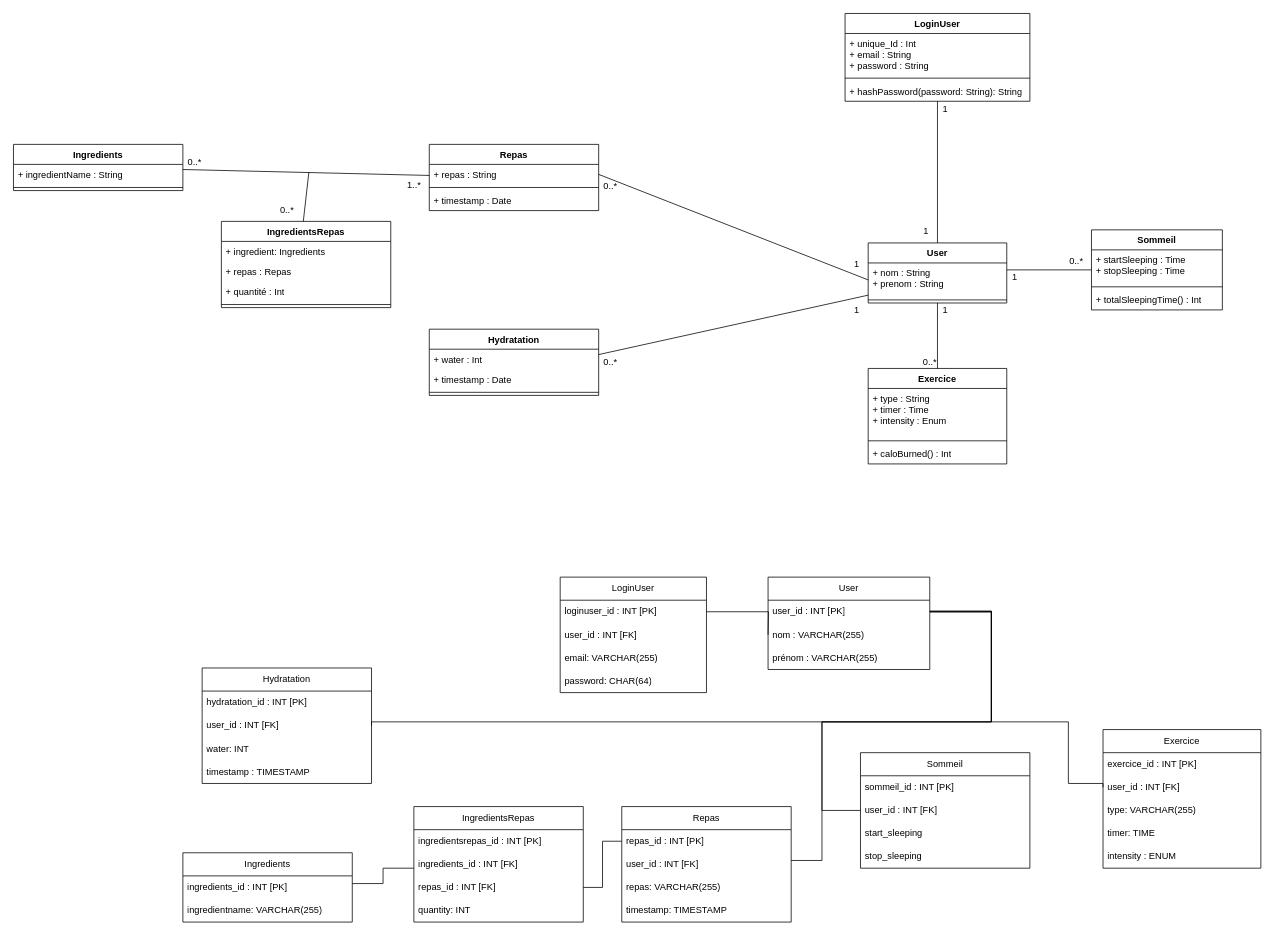
CodeStarter40/P5 keeps this draw.io diagram as P5_Exercice.drawio. Above is the earlier version. Source tidied: cells renumbered, new cells numbered last; positions are measured from the earlier drawing's top-left corner, leaving out a move shared by most shapes. Both pictures are drawn from the tidied source at 77%, with x=0, y=0 at pixel (13, 13).
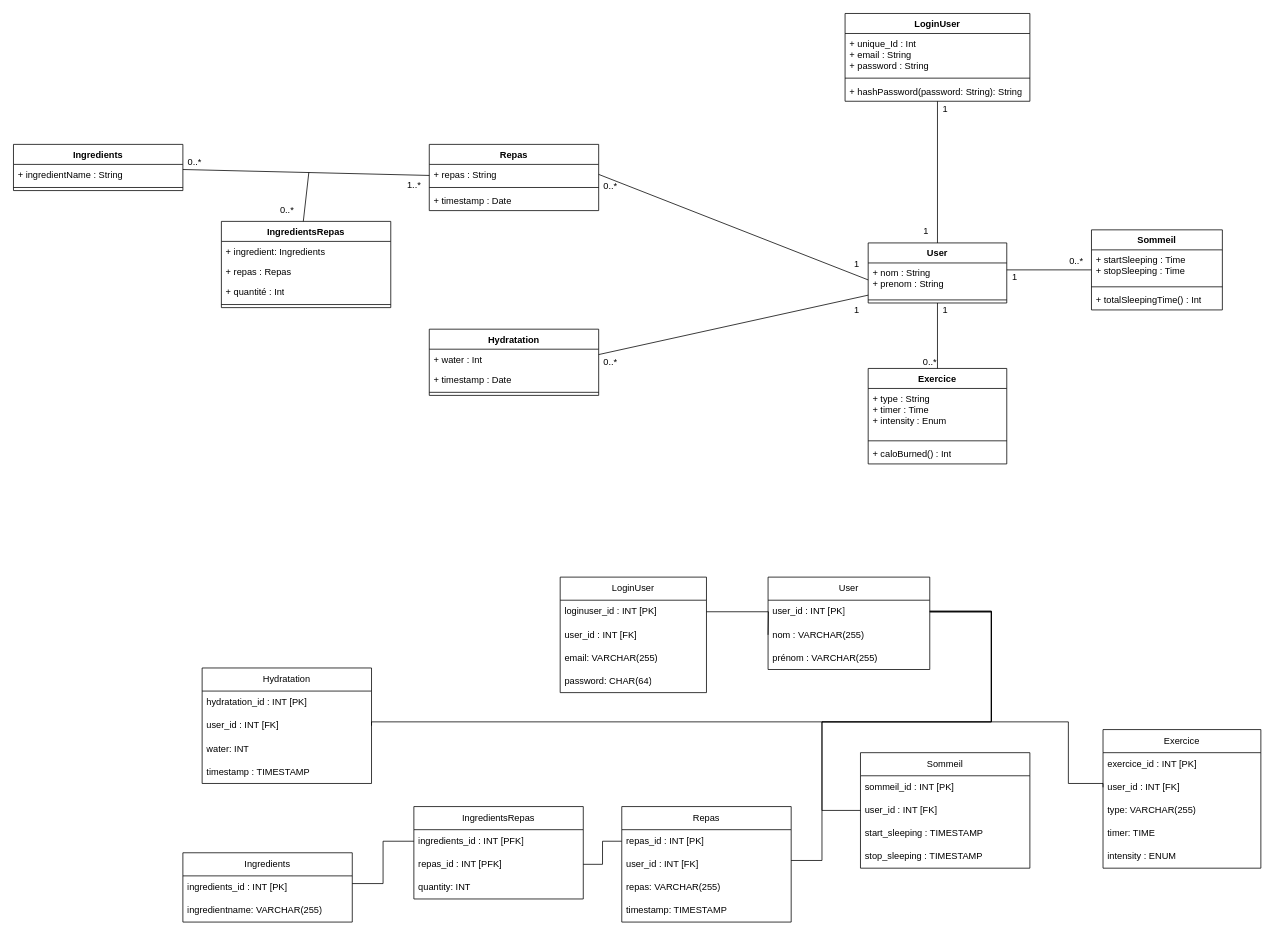
Above is the later version.

Commit message:
Mettre à jour P5_Exercice.drawio

Unchanged cells that the change refers to:
```xml
<mxCell id="46" value="ingredients_id : INT [PK]" style="text;strokeColor=none;fillColor=none;align=left;verticalAlign=middle;spacingLeft=4;spacingRight=4;overflow=hidden;points=[[0,0.5],[1,0.5]];portConstraint=eastwest;whiteSpace=wrap;html=1;" parent="45" vertex="1">
  <mxGeometry y="30" width="220" height="30" as="geometry" />
</mxCell>
<mxCell id="48" value="Sommeil" style="swimlane;fontStyle=0;horizontal=1;startSize=30;whiteSpace=wrap;html=1;" parent="1" vertex="1">
  <mxGeometry x="1100" y="960" width="220" height="150" as="geometry" />
</mxCell>
```

The edit, as a diff of the source:
```diff
@@
-    <mxCell id="51" value="start_sleeping" style="text;strokeColor=none;fillColor=none;align=left;verticalAlign=middle;spacingLeft=4;spacingRight=4;overflow=hidden;whiteSpace=wrap;html=1;" parent="48" vertex="1">
+    <mxCell id="51" value="start_sleeping : TIMESTAMP" style="text;strokeColor=none;fillColor=none;align=left;verticalAlign=middle;spacingLeft=4;spacingRight=4;overflow=hidden;whiteSpace=wrap;html=1;" parent="48" vertex="1">
       <mxGeometry y="90" width="220" height="30" as="geometry" />
     </mxCell>
-    <mxCell id="52" value="stop_sleeping" style="text;strokeColor=none;fillColor=none;align=left;verticalAlign=middle;spacingLeft=4;spacingRight=4;overflow=hidden;whiteSpace=wrap;html=1;" parent="48" vertex="1">
+    <mxCell id="52" value="stop_sleeping : TIMESTAMP" style="text;strokeColor=none;fillColor=none;align=left;verticalAlign=middle;spacingLeft=4;spacingRight=4;overflow=hidden;whiteSpace=wrap;html=1;" parent="48" vertex="1">
       <mxGeometry y="120" width="220" height="30" as="geometry" />
     </mxCell>
@@
     <mxCell id="91" value="IngredientsRepas" style="swimlane;fontStyle=0;horizontal=1;startSize=30;whiteSpace=wrap;html=1;" parent="1" vertex="1">
-      <mxGeometry x="520" y="1030" width="220" height="150" as="geometry" />
+      <mxGeometry x="520" y="1030" width="220" height="120" as="geometry" />
     </mxCell>
-    <mxCell id="92" value="ingredientsrepas_id : INT [PK]" style="text;strokeColor=none;fillColor=none;align=left;verticalAlign=middle;spacingLeft=4;spacingRight=4;overflow=hidden;whiteSpace=wrap;html=1;" parent="91" vertex="1">
-      <mxGeometry y="30" width="220" height="30" as="geometry" />
-    </mxCell>
-    <mxCell id="93" value="ingredients_id : INT [FK]" style="text;strokeColor=none;fillColor=none;align=left;verticalAlign=middle;spacingLeft=4;spacingRight=4;overflow=hidden;points=[[0,0.5],[1,0.5]];portConstraint=eastwest;whiteSpace=wrap;html=1;" parent="91" vertex="1">
-      <mxGeometry y="60" width="220" height="30" as="geometry" />
+    <mxCell id="93" value="ingredients_id : INT [PFK]" style="text;strokeColor=none;fillColor=none;align=left;verticalAlign=middle;spacingLeft=4;spacingRight=4;overflow=hidden;points=[[0,0.5],[1,0.5]];portConstraint=eastwest;whiteSpace=wrap;html=1;" parent="91" vertex="1">
+      <mxGeometry y="30" width="220" height="30" as="geometry" />
     </mxCell>
-    <mxCell id="94" value="repas_id : INT [FK]" style="text;strokeColor=none;fillColor=none;align=left;verticalAlign=middle;spacingLeft=4;spacingRight=4;overflow=hidden;points=[[0,0.5],[1,0.5]];portConstraint=eastwest;whiteSpace=wrap;html=1;" parent="91" vertex="1">
-      <mxGeometry y="90" width="220" height="30" as="geometry" />
+    <mxCell id="94" value="repas_id : INT [PFK]" style="text;strokeColor=none;fillColor=none;align=left;verticalAlign=middle;spacingLeft=4;spacingRight=4;overflow=hidden;points=[[0,0.5],[1,0.5]];portConstraint=eastwest;whiteSpace=wrap;html=1;" parent="91" vertex="1">
+      <mxGeometry y="60" width="220" height="30" as="geometry" />
     </mxCell>
     <mxCell id="95" value="q&lt;span style=&quot;background-color: initial;&quot;&gt;uantity: INT&lt;/span&gt;" style="text;strokeColor=none;fillColor=none;align=left;verticalAlign=middle;spacingLeft=4;spacingRight=4;overflow=hidden;whiteSpace=wrap;html=1;" parent="91" vertex="1">
-      <mxGeometry y="120" width="220" height="30" as="geometry" />
+      <mxGeometry y="90" width="220" height="30" as="geometry" />
     </mxCell>
     <mxCell id="96" style="endArrow=none;html=1;rounded=0;edgeStyle=orthogonalEdgeStyle;" parent="1" edge="1" source="93" target="46">
       <mxGeometry relative="1" as="geometry">
         <Array as="points">
-          <mxPoint x="480" y="1110" />
+          <mxPoint x="480" y="1075" />
           <mxPoint x="480" y="1130" />
         </Array>
       </mxGeometry>
     </mxCell>
```
